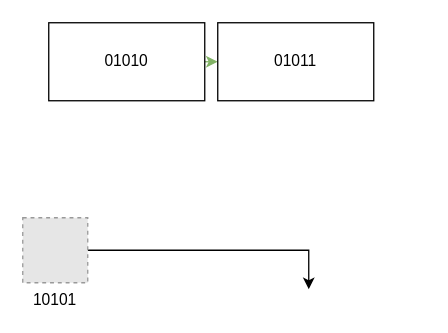
Earlier version of the draw.io diagram Untitled Diagram.drawio (RV1989/drawio-drawing). Source tidied: cells renumbered, new cells numbered last; positions are measured from the earlier drawing's top-left corner, leaving out a move shared by most shapes. Both pictures are drawn from the tidied source at 130%, with x=0, y=0 at pixel (22, 22). Pictures stored in the file or linked from it are replaced by grey dashed boxes.
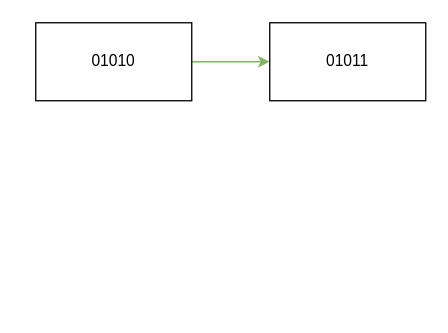
Above is the later version.

The edit, as a diff of the source:
```diff
@@
 <mxGraphModel>
   <root>
     <mxCell id="0" />
     <mxCell id="1" parent="0" />
+    <mxCell id="7" parent="0" />
-    <mxCell id="2" style="edgeStyle=orthogonalEdgeStyle;rounded=0;jettySize=auto;html=1;exitX=1;exitY=0.5;exitDx=0;exitDy=0;entryX=0;entryY=0.5;entryDx=0;entryDy=0;fillColor=#d5e8d4;strokeColor=#82b366;" parent="1" edge="1" source="3" target="4">
+    <mxCell id="2" style="edgeStyle=orthogonalEdgeStyle;rounded=0;jettySize=auto;html=1;exitX=1;exitY=0.5;exitDx=0;exitDy=0;entryX=0;entryY=0.5;entryDx=0;entryDy=0;fillColor=#d5e8d4;strokeColor=#82b366;" parent="7" edge="1" source="3" target="4">
       <mxGeometry relative="1" as="geometry" />
     </mxCell>
     <object id="3" label="%pos%" placeholders="1" pos="01010">
-      <mxCell style="rounded=0;whiteSpace=wrap;html=1;" parent="1" vertex="1">
-        <mxGeometry x="20" width="120" height="60" as="geometry" />
+      <mxCell style="rounded=0;whiteSpace=wrap;html=1;" parent="7" vertex="1">
+        <mxGeometry x="10" width="120" height="60" as="geometry" />
       </mxCell>
     </object>
     <object id="4" label="%pos%" placeholders="1" pos="01011">
-      <mxCell style="rounded=0;whiteSpace=wrap;html=1;" parent="1" vertex="1">
-        <mxGeometry x="150" width="120" height="60" as="geometry" />
+      <mxCell style="rounded=0;whiteSpace=wrap;html=1;" parent="7" vertex="1">
+        <mxGeometry x="190" width="120" height="60" as="geometry" />
       </mxCell>
     </object>
-    <mxCell id="5" style="edgeStyle=orthogonalEdgeStyle;rounded=0;jettySize=auto;html=1;exitX=1;exitY=0.5;exitDx=0;exitDy=0;" parent="1" edge="1" source="6">
-      <mxGeometry relative="1" as="geometry">
-        <mxPoint x="220" y="205" as="targetPoint" />
-        <Array as="points">
-          <mxPoint x="220" y="175" />
-        </Array>
-      </mxGeometry>
-    </mxCell>
-    <object id="6" label="%PosNr%" PosNr="10101" placeholders="1">
-      <mxCell style="fillColor=#E6E6E6;strokeColor=#999999;dashed=1;verticalLabelPosition=bottom;verticalAlign=top;" parent="1" vertex="1">
-        <mxGeometry y="150" width="50" height="50" as="geometry" />
-      </mxCell>
-    </object>
   </root>
 </mxGraphModel>
```
